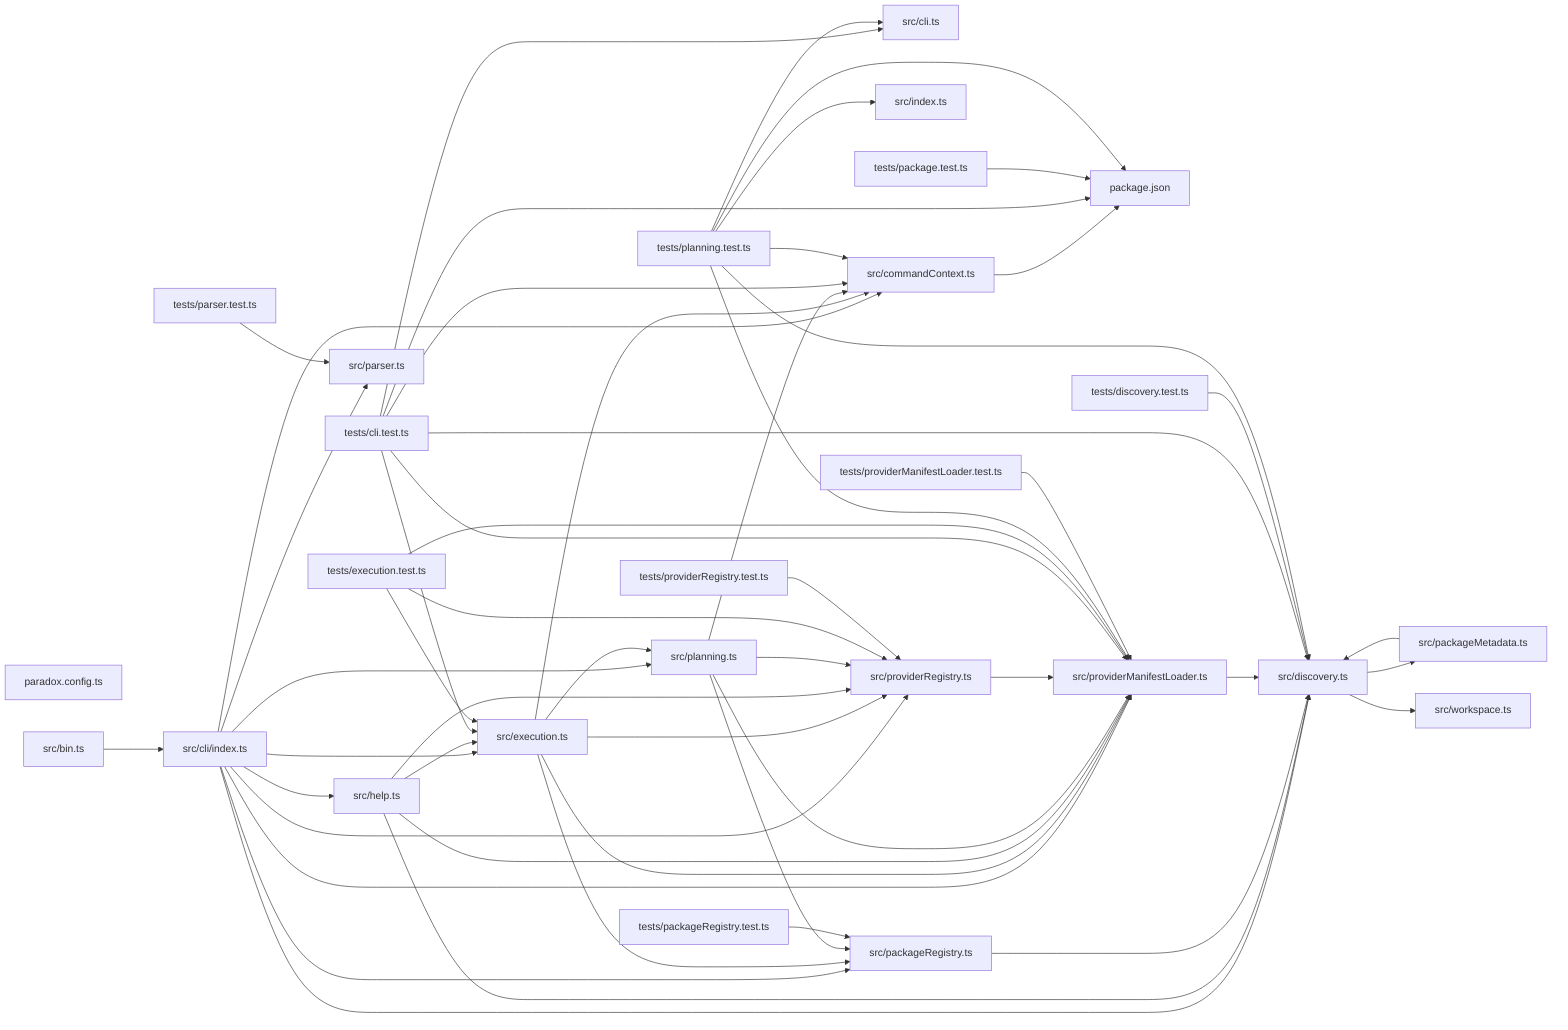
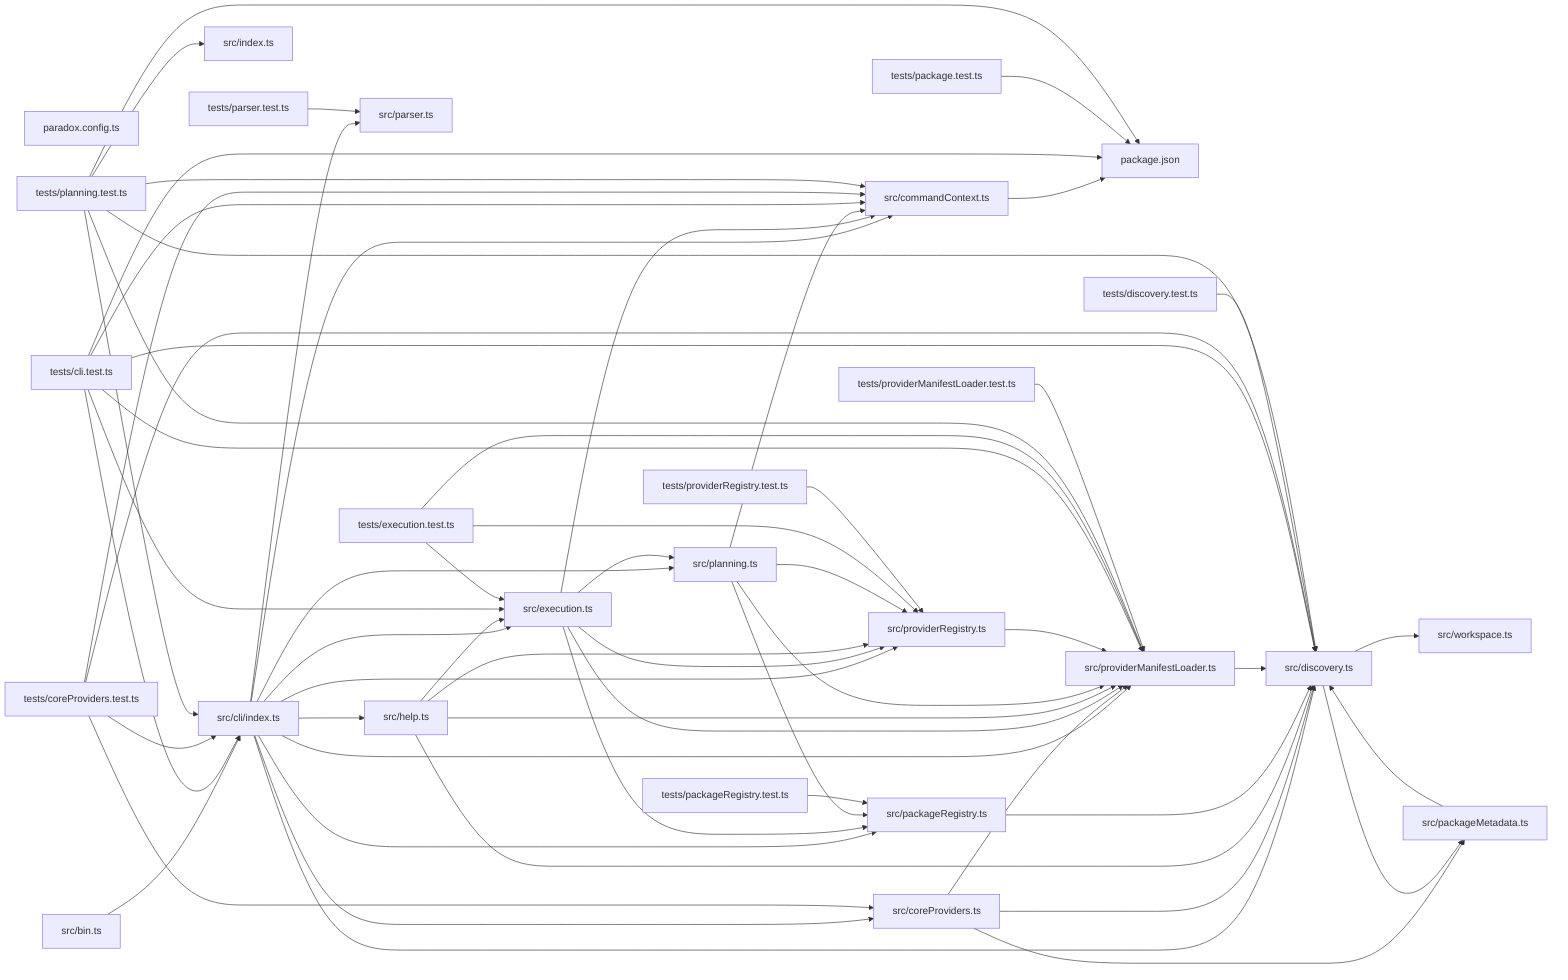
graph LR
  module_package_json["package.json"]
  module_paradox_config_ts["paradox.config.ts"]
  module_src_bin_ts["src/bin.ts"]
-   module_src_cli_ts["src/cli.ts"]
  module_src_cli_index_ts["src/cli/index.ts"]
  module_src_commandContext_ts["src/commandContext.ts"]
+   module_src_coreProviders_ts["src/coreProviders.ts"]
  module_src_discovery_ts["src/discovery.ts"]
  module_src_execution_ts["src/execution.ts"]
  module_src_help_ts["src/help.ts"]
  module_src_index_ts["src/index.ts"]
  module_src_packageMetadata_ts["src/packageMetadata.ts"]
  module_src_packageRegistry_ts["src/packageRegistry.ts"]
  module_src_parser_ts["src/parser.ts"]
  module_src_planning_ts["src/planning.ts"]
  module_src_providerManifestLoader_ts["src/providerManifestLoader.ts"]
  module_src_providerRegistry_ts["src/providerRegistry.ts"]
  module_src_workspace_ts["src/workspace.ts"]
  module_tests_cli_test_ts["tests/cli.test.ts"]
+   module_tests_coreProviders_test_ts["tests/coreProviders.test.ts"]
  module_tests_discovery_test_ts["tests/discovery.test.ts"]
  module_tests_execution_test_ts["tests/execution.test.ts"]
  module_tests_package_test_ts["tests/package.test.ts"]
  module_tests_packageRegistry_test_ts["tests/packageRegistry.test.ts"]
  module_tests_parser_test_ts["tests/parser.test.ts"]
  module_tests_planning_test_ts["tests/planning.test.ts"]
  module_tests_providerManifestLoader_test_ts["tests/providerManifestLoader.test.ts"]
  module_tests_providerRegistry_test_ts["tests/providerRegistry.test.ts"]
  module_src_bin_ts --> module_src_cli_index_ts
  module_src_cli_index_ts --> module_src_commandContext_ts
+   module_src_cli_index_ts --> module_src_coreProviders_ts
  module_src_cli_index_ts --> module_src_discovery_ts
  module_src_cli_index_ts --> module_src_execution_ts
  module_src_cli_index_ts --> module_src_help_ts
  module_src_cli_index_ts --> module_src_packageRegistry_ts
  module_src_cli_index_ts --> module_src_parser_ts
  module_src_cli_index_ts --> module_src_planning_ts
  module_src_cli_index_ts --> module_src_providerManifestLoader_ts
  module_src_cli_index_ts --> module_src_providerRegistry_ts
  module_src_commandContext_ts --> module_package_json
+   module_src_coreProviders_ts --> module_src_discovery_ts
+   module_src_coreProviders_ts --> module_src_packageMetadata_ts
+   module_src_coreProviders_ts --> module_src_providerManifestLoader_ts
  module_src_discovery_ts --> module_src_packageMetadata_ts
  module_src_discovery_ts --> module_src_workspace_ts
  module_src_execution_ts --> module_src_commandContext_ts
  module_src_execution_ts --> module_src_packageRegistry_ts
  module_src_execution_ts --> module_src_planning_ts
  module_src_execution_ts --> module_src_providerManifestLoader_ts
  module_src_execution_ts --> module_src_providerRegistry_ts
  module_src_help_ts --> module_src_discovery_ts
  module_src_help_ts --> module_src_execution_ts
  module_src_help_ts --> module_src_providerManifestLoader_ts
  module_src_help_ts --> module_src_providerRegistry_ts
  module_src_packageMetadata_ts --> module_src_discovery_ts
  module_src_packageRegistry_ts --> module_src_discovery_ts
  module_src_planning_ts --> module_src_commandContext_ts
  module_src_planning_ts --> module_src_packageRegistry_ts
  module_src_planning_ts --> module_src_providerManifestLoader_ts
  module_src_planning_ts --> module_src_providerRegistry_ts
  module_src_providerManifestLoader_ts --> module_src_discovery_ts
  module_src_providerRegistry_ts --> module_src_providerManifestLoader_ts
  module_tests_cli_test_ts --> module_package_json
-   module_tests_cli_test_ts --> module_src_cli_ts
+   module_tests_cli_test_ts --> module_src_cli_index_ts
  module_tests_cli_test_ts --> module_src_commandContext_ts
  module_tests_cli_test_ts --> module_src_discovery_ts
  module_tests_cli_test_ts --> module_src_execution_ts
  module_tests_cli_test_ts --> module_src_providerManifestLoader_ts
+   module_tests_coreProviders_test_ts --> module_src_cli_index_ts
+   module_tests_coreProviders_test_ts --> module_src_commandContext_ts
+   module_tests_coreProviders_test_ts --> module_src_coreProviders_ts
+   module_tests_coreProviders_test_ts --> module_src_discovery_ts
  module_tests_discovery_test_ts --> module_src_discovery_ts
  module_tests_execution_test_ts --> module_src_execution_ts
  module_tests_execution_test_ts --> module_src_providerManifestLoader_ts
  module_tests_execution_test_ts --> module_src_providerRegistry_ts
  module_tests_package_test_ts --> module_package_json
  module_tests_packageRegistry_test_ts --> module_src_packageRegistry_ts
  module_tests_parser_test_ts --> module_src_parser_ts
  module_tests_planning_test_ts --> module_package_json
-   module_tests_planning_test_ts --> module_src_cli_ts
+   module_tests_planning_test_ts --> module_src_cli_index_ts
  module_tests_planning_test_ts --> module_src_commandContext_ts
  module_tests_planning_test_ts --> module_src_discovery_ts
  module_tests_planning_test_ts --> module_src_index_ts
  module_tests_planning_test_ts --> module_src_providerManifestLoader_ts
  module_tests_providerManifestLoader_test_ts --> module_src_providerManifestLoader_ts
  module_tests_providerRegistry_test_ts --> module_src_providerRegistry_ts
